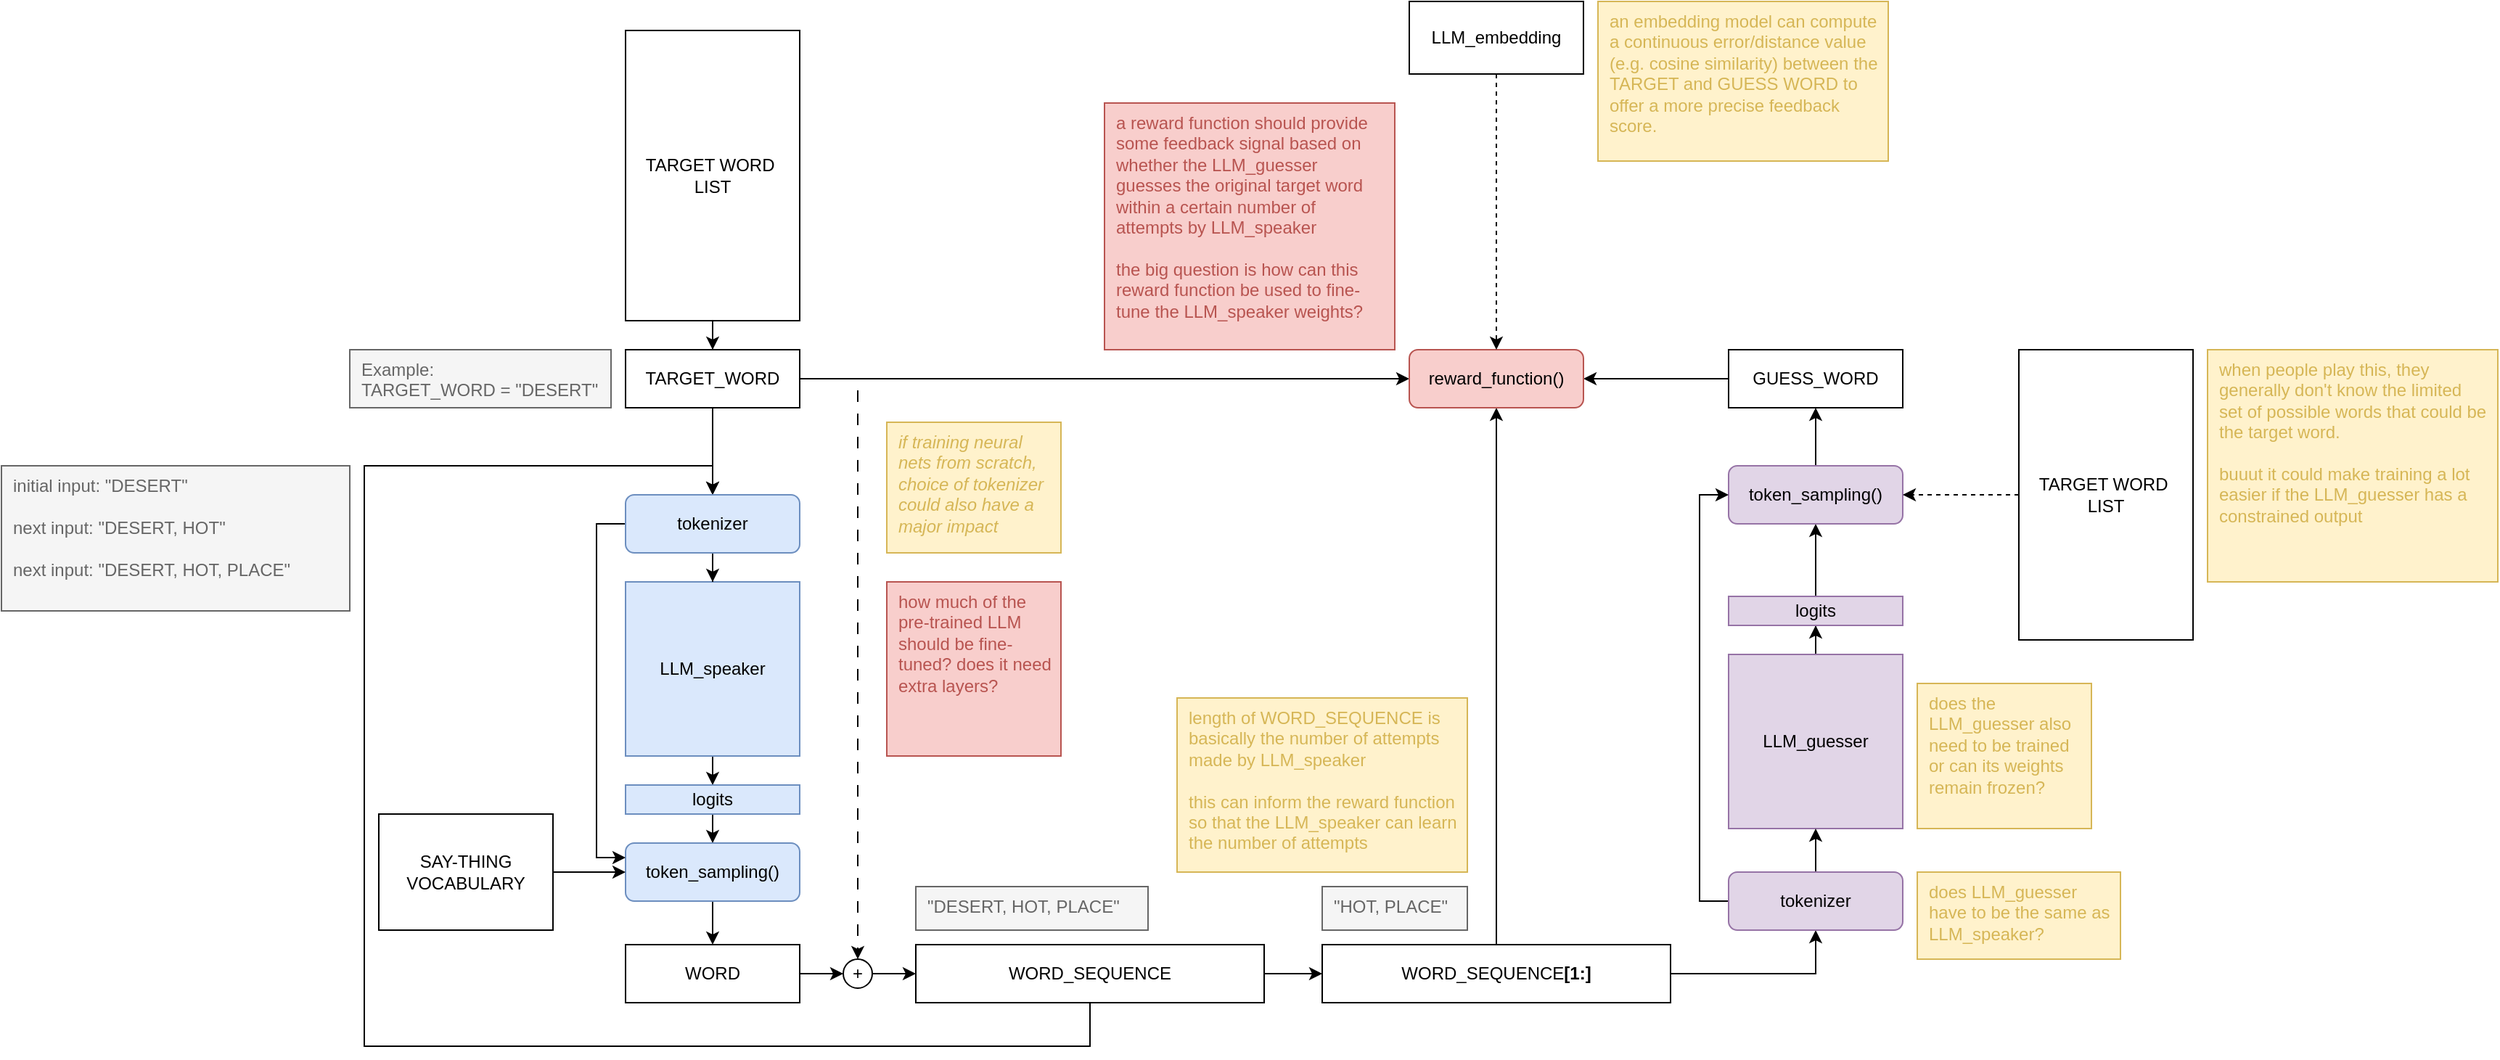
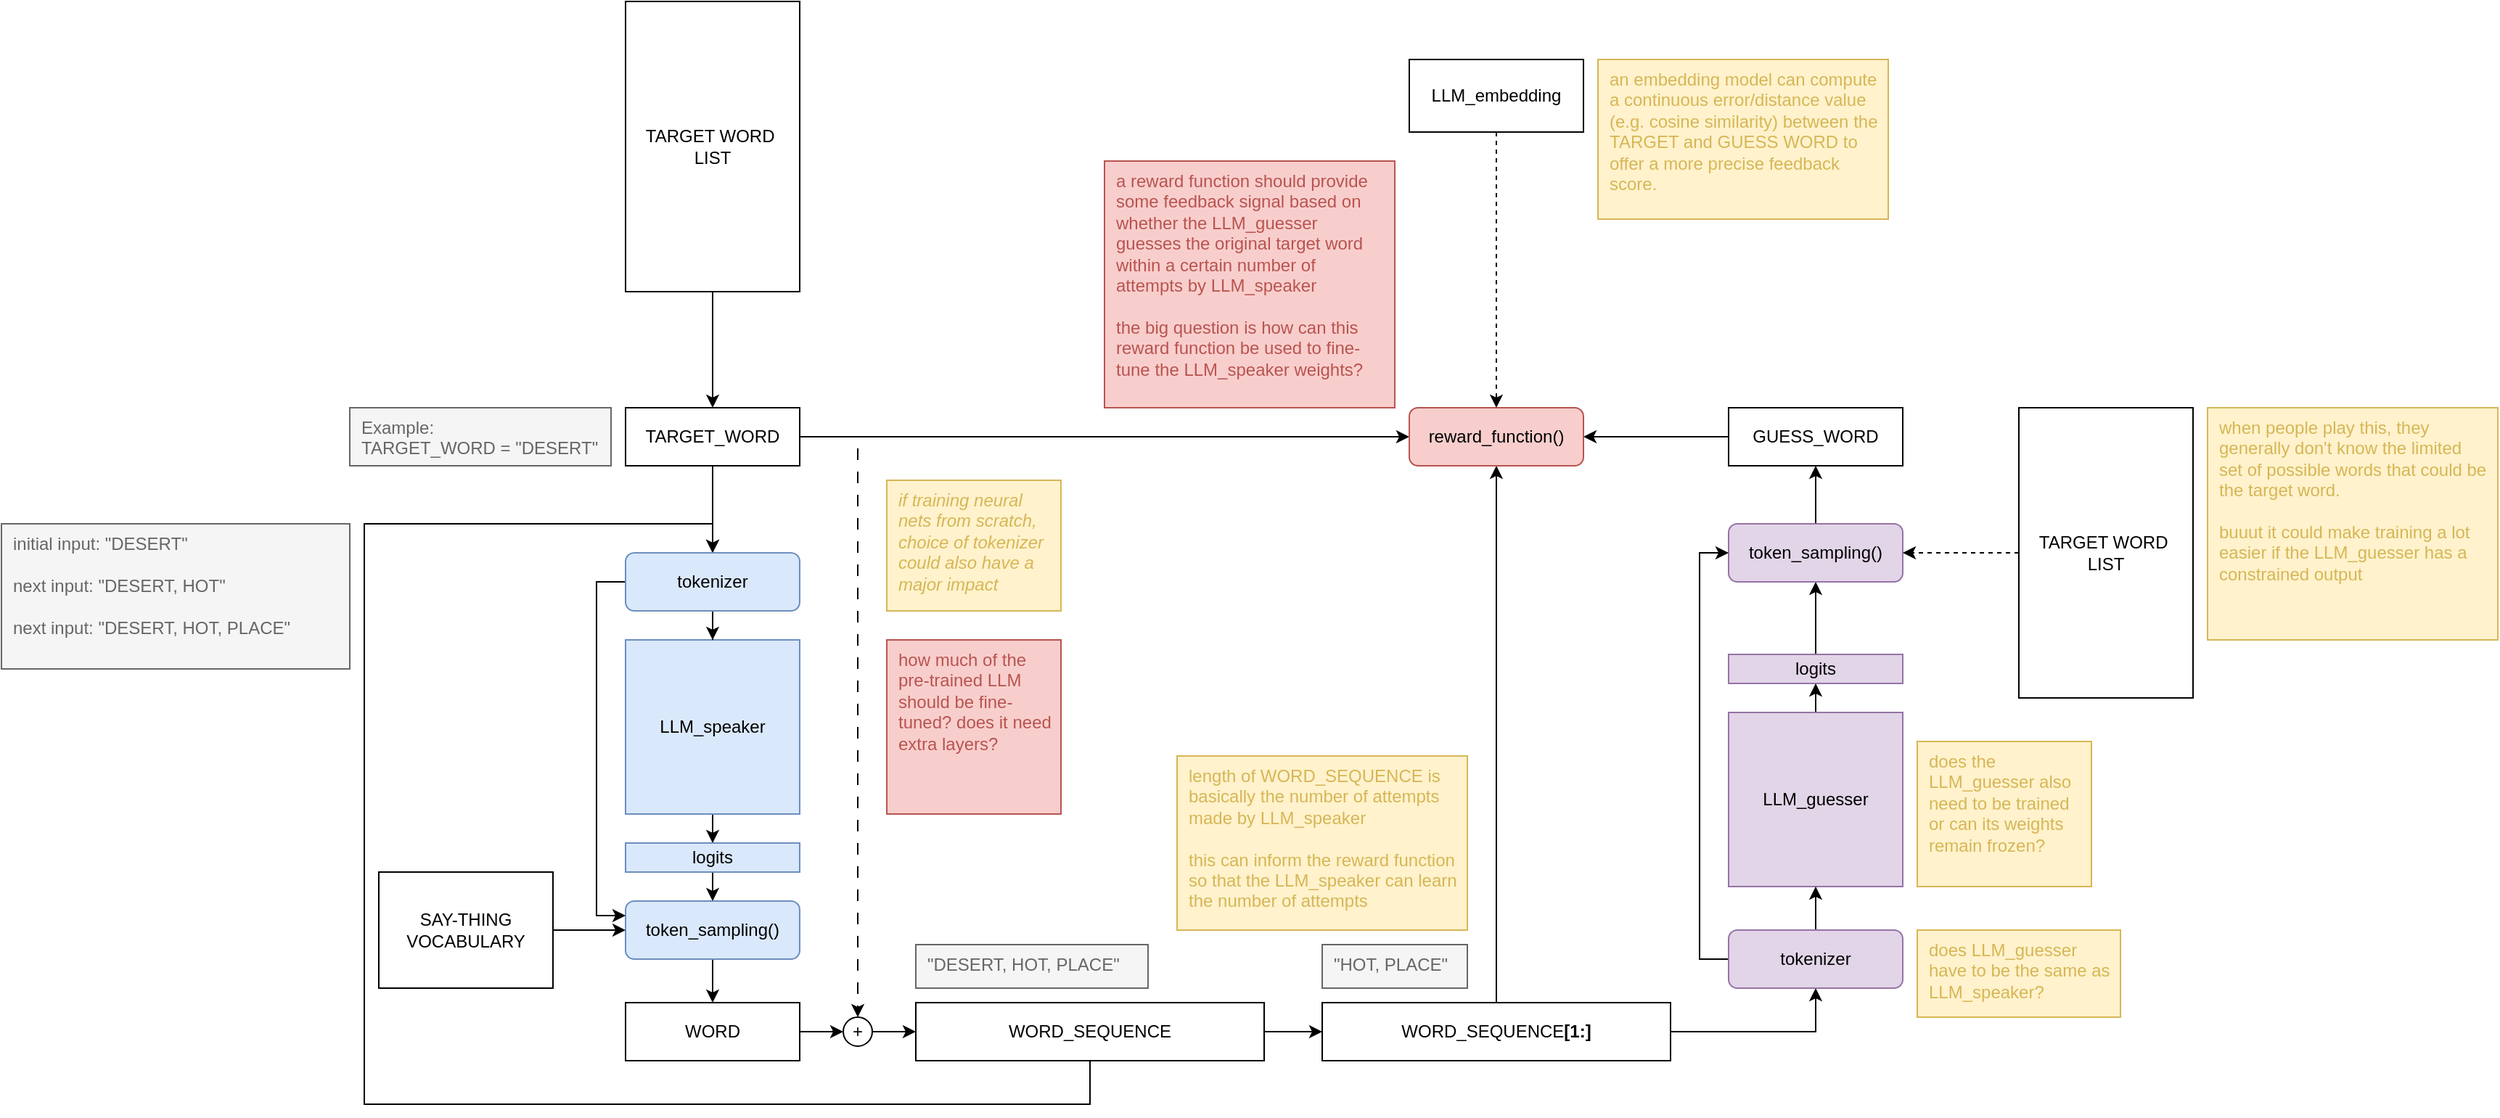
<mxfile host="Electron" agent="Mozilla/5.0 (Macintosh; Intel Mac OS X 10_15_7) AppleWebKit/537.36 (KHTML, like Gecko) draw.io/28.1.2 Chrome/138.0.7204.243 Electron/37.4.0 Safari/537.36" version="28.1.2">
  <diagram name="Page-1" id="pHoTCppMmkSffUbPw-OG">
    <mxGraphModel dx="1826" dy="1259" grid="1" gridSize="10" guides="1" tooltips="1" connect="1" arrows="1" fold="1" page="0" pageScale="1" pageWidth="850" pageHeight="1100" math="0" shadow="0">
      <root>
        <mxCell id="0" />
        <mxCell id="1" parent="0" />
        <mxCell id="xELkamH10cSAUg8blqq6-24" style="edgeStyle=orthogonalEdgeStyle;rounded=0;orthogonalLoop=1;jettySize=auto;html=1;entryX=0.5;entryY=0;entryDx=0;entryDy=0;dashed=1;dashPattern=8 8;" edge="1" parent="1" source="xELkamH10cSAUg8blqq6-1" target="xELkamH10cSAUg8blqq6-23">
          <mxGeometry relative="1" as="geometry" />
        </mxCell>
        <mxCell id="xELkamH10cSAUg8blqq6-42" style="edgeStyle=orthogonalEdgeStyle;rounded=0;orthogonalLoop=1;jettySize=auto;html=1;entryX=0.5;entryY=0;entryDx=0;entryDy=0;" edge="1" parent="1" source="xELkamH10cSAUg8blqq6-1" target="xELkamH10cSAUg8blqq6-41">
          <mxGeometry relative="1" as="geometry" />
        </mxCell>
        <mxCell id="xELkamH10cSAUg8blqq6-46" style="edgeStyle=orthogonalEdgeStyle;rounded=0;orthogonalLoop=1;jettySize=auto;html=1;entryX=0;entryY=0.5;entryDx=0;entryDy=0;" edge="1" parent="1" source="xELkamH10cSAUg8blqq6-1" target="xELkamH10cSAUg8blqq6-45">
          <mxGeometry relative="1" as="geometry" />
        </mxCell>
        <mxCell id="xELkamH10cSAUg8blqq6-1" value="TARGET_WORD" style="rounded=0;whiteSpace=wrap;html=1;" vertex="1" parent="1">
          <mxGeometry x="280" y="120" width="120" height="40" as="geometry" />
        </mxCell>
        <mxCell id="xELkamH10cSAUg8blqq6-21" style="edgeStyle=orthogonalEdgeStyle;rounded=0;orthogonalLoop=1;jettySize=auto;html=1;entryX=0.5;entryY=0;entryDx=0;entryDy=0;" edge="1" parent="1" source="xELkamH10cSAUg8blqq6-2" target="xELkamH10cSAUg8blqq6-3">
          <mxGeometry relative="1" as="geometry" />
        </mxCell>
        <mxCell id="xELkamH10cSAUg8blqq6-2" value="LLM_speaker" style="rounded=0;whiteSpace=wrap;html=1;fillColor=#dae8fc;strokeColor=#6c8ebf;" vertex="1" parent="1">
          <mxGeometry x="280" y="280" width="120" height="120" as="geometry" />
        </mxCell>
        <mxCell id="xELkamH10cSAUg8blqq6-20" style="edgeStyle=orthogonalEdgeStyle;rounded=0;orthogonalLoop=1;jettySize=auto;html=1;entryX=0.5;entryY=0;entryDx=0;entryDy=0;" edge="1" parent="1" source="xELkamH10cSAUg8blqq6-3" target="xELkamH10cSAUg8blqq6-5">
          <mxGeometry relative="1" as="geometry" />
        </mxCell>
        <mxCell id="xELkamH10cSAUg8blqq6-3" value="logits" style="rounded=0;whiteSpace=wrap;html=1;fillColor=#dae8fc;strokeColor=#6c8ebf;" vertex="1" parent="1">
          <mxGeometry x="280" y="420" width="120" height="20" as="geometry" />
        </mxCell>
        <mxCell id="xELkamH10cSAUg8blqq6-11" style="edgeStyle=orthogonalEdgeStyle;rounded=0;orthogonalLoop=1;jettySize=auto;html=1;entryX=0.5;entryY=0;entryDx=0;entryDy=0;" edge="1" parent="1" source="xELkamH10cSAUg8blqq6-5" target="xELkamH10cSAUg8blqq6-10">
          <mxGeometry relative="1" as="geometry" />
        </mxCell>
        <mxCell id="xELkamH10cSAUg8blqq6-5" value="token_sampling()" style="rounded=1;whiteSpace=wrap;html=1;fillColor=#dae8fc;strokeColor=#6c8ebf;" vertex="1" parent="1">
          <mxGeometry x="280" y="460" width="120" height="40" as="geometry" />
        </mxCell>
        <mxCell id="xELkamH10cSAUg8blqq6-7" style="edgeStyle=orthogonalEdgeStyle;rounded=0;orthogonalLoop=1;jettySize=auto;html=1;entryX=0.5;entryY=0;entryDx=0;entryDy=0;" edge="1" parent="1" source="xELkamH10cSAUg8blqq6-6" target="xELkamH10cSAUg8blqq6-1">
          <mxGeometry relative="1" as="geometry" />
        </mxCell>
        <mxCell id="xELkamH10cSAUg8blqq6-6" value="TARGET WORD&amp;nbsp;&lt;div&gt;LIST&lt;/div&gt;" style="rounded=0;whiteSpace=wrap;html=1;" vertex="1" parent="1">
-           <mxGeometry x="280" y="-100" width="120" height="200" as="geometry" />
+           <mxGeometry x="280" y="-160" width="120" height="200" as="geometry" />
        </mxCell>
        <mxCell id="xELkamH10cSAUg8blqq6-9" style="edgeStyle=orthogonalEdgeStyle;rounded=0;orthogonalLoop=1;jettySize=auto;html=1;entryX=0;entryY=0.5;entryDx=0;entryDy=0;" edge="1" parent="1" source="xELkamH10cSAUg8blqq6-8" target="xELkamH10cSAUg8blqq6-5">
          <mxGeometry relative="1" as="geometry" />
        </mxCell>
        <mxCell id="xELkamH10cSAUg8blqq6-8" value="SAY-THING VOCABULARY" style="rounded=0;whiteSpace=wrap;html=1;" vertex="1" parent="1">
          <mxGeometry x="110" y="440" width="120" height="80" as="geometry" />
        </mxCell>
        <mxCell id="xELkamH10cSAUg8blqq6-25" style="edgeStyle=orthogonalEdgeStyle;rounded=0;orthogonalLoop=1;jettySize=auto;html=1;entryX=0;entryY=0.5;entryDx=0;entryDy=0;" edge="1" parent="1" source="xELkamH10cSAUg8blqq6-10" target="xELkamH10cSAUg8blqq6-23">
          <mxGeometry relative="1" as="geometry" />
        </mxCell>
        <mxCell id="xELkamH10cSAUg8blqq6-10" value="WORD" style="rounded=0;whiteSpace=wrap;html=1;" vertex="1" parent="1">
          <mxGeometry x="280" y="530" width="120" height="40" as="geometry" />
        </mxCell>
        <mxCell id="xELkamH10cSAUg8blqq6-27" style="edgeStyle=orthogonalEdgeStyle;rounded=0;orthogonalLoop=1;jettySize=auto;html=1;entryX=0.5;entryY=0;entryDx=0;entryDy=0;exitX=0.5;exitY=1;exitDx=0;exitDy=0;" edge="1" parent="1" source="xELkamH10cSAUg8blqq6-12" target="xELkamH10cSAUg8blqq6-41">
          <mxGeometry relative="1" as="geometry">
            <Array as="points">
              <mxPoint x="600" y="600" />
              <mxPoint x="100" y="600" />
              <mxPoint x="100" y="200" />
              <mxPoint x="340" y="200" />
            </Array>
          </mxGeometry>
        </mxCell>
        <mxCell id="xELkamH10cSAUg8blqq6-31" style="edgeStyle=orthogonalEdgeStyle;rounded=0;orthogonalLoop=1;jettySize=auto;html=1;entryX=0;entryY=0.5;entryDx=0;entryDy=0;" edge="1" parent="1" source="xELkamH10cSAUg8blqq6-12" target="xELkamH10cSAUg8blqq6-28">
          <mxGeometry relative="1" as="geometry" />
        </mxCell>
        <mxCell id="xELkamH10cSAUg8blqq6-12" value="WORD_SEQUENCE" style="rounded=0;whiteSpace=wrap;html=1;" vertex="1" parent="1">
          <mxGeometry x="480" y="530" width="240" height="40" as="geometry" />
        </mxCell>
        <mxCell id="xELkamH10cSAUg8blqq6-18" value="initial input: &quot;DESERT&quot;&lt;div&gt;&lt;br&gt;&lt;/div&gt;&lt;div&gt;next input: &quot;DESERT, HOT&quot;&lt;/div&gt;&lt;div&gt;&lt;br&gt;&lt;/div&gt;&lt;div&gt;next input: &quot;DESERT, HOT, PLACE&quot;&lt;/div&gt;" style="rounded=0;whiteSpace=wrap;html=1;fillColor=#f5f5f5;strokeColor=#666666;align=left;verticalAlign=top;spacingLeft=6;spacingRight=6;fontColor=#666666;" vertex="1" parent="1">
          <mxGeometry x="-150" y="200" width="240" height="100" as="geometry" />
        </mxCell>
        <mxCell id="xELkamH10cSAUg8blqq6-19" value="Example:&lt;div&gt;TARGET_WORD = &quot;DESERT&quot;&lt;/div&gt;" style="rounded=0;whiteSpace=wrap;html=1;fillColor=#f5f5f5;strokeColor=#666666;align=left;verticalAlign=top;spacingLeft=6;spacingRight=6;fontColor=#666666;" vertex="1" parent="1">
          <mxGeometry x="90" y="120" width="180" height="40" as="geometry" />
        </mxCell>
        <mxCell id="xELkamH10cSAUg8blqq6-26" style="edgeStyle=orthogonalEdgeStyle;rounded=0;orthogonalLoop=1;jettySize=auto;html=1;entryX=0;entryY=0.5;entryDx=0;entryDy=0;" edge="1" parent="1" source="xELkamH10cSAUg8blqq6-23" target="xELkamH10cSAUg8blqq6-12">
          <mxGeometry relative="1" as="geometry" />
        </mxCell>
        <mxCell id="xELkamH10cSAUg8blqq6-23" value="+" style="ellipse;whiteSpace=wrap;html=1;aspect=fixed;" vertex="1" parent="1">
          <mxGeometry x="430" y="540" width="20" height="20" as="geometry" />
        </mxCell>
        <mxCell id="xELkamH10cSAUg8blqq6-33" style="edgeStyle=orthogonalEdgeStyle;rounded=0;orthogonalLoop=1;jettySize=auto;html=1;entryX=0.5;entryY=1;entryDx=0;entryDy=0;" edge="1" parent="1" source="xELkamH10cSAUg8blqq6-28" target="xELkamH10cSAUg8blqq6-58">
          <mxGeometry relative="1" as="geometry" />
        </mxCell>
        <mxCell id="xELkamH10cSAUg8blqq6-48" style="edgeStyle=orthogonalEdgeStyle;rounded=0;orthogonalLoop=1;jettySize=auto;html=1;entryX=0.5;entryY=1;entryDx=0;entryDy=0;" edge="1" parent="1" source="xELkamH10cSAUg8blqq6-28" target="xELkamH10cSAUg8blqq6-45">
          <mxGeometry relative="1" as="geometry" />
        </mxCell>
        <mxCell id="xELkamH10cSAUg8blqq6-28" value="WORD_SEQUENCE&lt;b&gt;[1:]&lt;/b&gt;" style="rounded=0;whiteSpace=wrap;html=1;" vertex="1" parent="1">
          <mxGeometry x="760" y="530" width="240" height="40" as="geometry" />
        </mxCell>
        <mxCell id="xELkamH10cSAUg8blqq6-29" value="&lt;div&gt;&quot;DESERT, HOT, PLACE&quot;&lt;/div&gt;" style="rounded=0;whiteSpace=wrap;html=1;fillColor=#f5f5f5;strokeColor=#666666;align=left;verticalAlign=top;spacingLeft=6;spacingRight=6;fontColor=#666666;" vertex="1" parent="1">
          <mxGeometry x="480" y="490" width="160" height="30" as="geometry" />
        </mxCell>
        <mxCell id="xELkamH10cSAUg8blqq6-30" value="&lt;div&gt;&quot;HOT, PLACE&quot;&lt;/div&gt;" style="rounded=0;whiteSpace=wrap;html=1;fillColor=#f5f5f5;strokeColor=#666666;align=left;verticalAlign=top;spacingLeft=6;spacingRight=6;fontColor=#666666;" vertex="1" parent="1">
          <mxGeometry x="760" y="490" width="100" height="30" as="geometry" />
        </mxCell>
        <mxCell id="xELkamH10cSAUg8blqq6-50" style="edgeStyle=orthogonalEdgeStyle;rounded=0;orthogonalLoop=1;jettySize=auto;html=1;entryX=0.5;entryY=1;entryDx=0;entryDy=0;" edge="1" parent="1" source="xELkamH10cSAUg8blqq6-32" target="xELkamH10cSAUg8blqq6-34">
          <mxGeometry relative="1" as="geometry" />
        </mxCell>
        <mxCell id="xELkamH10cSAUg8blqq6-32" value="LLM_guesser" style="rounded=0;whiteSpace=wrap;html=1;fillColor=#e1d5e7;strokeColor=#9673a6;" vertex="1" parent="1">
          <mxGeometry x="1040" y="330" width="120" height="120" as="geometry" />
        </mxCell>
        <mxCell id="xELkamH10cSAUg8blqq6-40" style="edgeStyle=orthogonalEdgeStyle;rounded=0;orthogonalLoop=1;jettySize=auto;html=1;entryX=0.5;entryY=1;entryDx=0;entryDy=0;" edge="1" parent="1" source="xELkamH10cSAUg8blqq6-34" target="xELkamH10cSAUg8blqq6-35">
          <mxGeometry relative="1" as="geometry" />
        </mxCell>
        <mxCell id="xELkamH10cSAUg8blqq6-34" value="logits" style="rounded=0;whiteSpace=wrap;html=1;fillColor=#e1d5e7;strokeColor=#9673a6;" vertex="1" parent="1">
          <mxGeometry x="1040" y="290" width="120" height="20" as="geometry" />
        </mxCell>
        <mxCell id="xELkamH10cSAUg8blqq6-49" style="edgeStyle=orthogonalEdgeStyle;rounded=0;orthogonalLoop=1;jettySize=auto;html=1;entryX=0.5;entryY=1;entryDx=0;entryDy=0;" edge="1" parent="1" source="xELkamH10cSAUg8blqq6-35" target="xELkamH10cSAUg8blqq6-44">
          <mxGeometry relative="1" as="geometry" />
        </mxCell>
        <mxCell id="xELkamH10cSAUg8blqq6-35" value="token_sampling()" style="rounded=1;whiteSpace=wrap;html=1;fillColor=#e1d5e7;strokeColor=#9673a6;" vertex="1" parent="1">
          <mxGeometry x="1040" y="200" width="120" height="40" as="geometry" />
        </mxCell>
        <mxCell id="xELkamH10cSAUg8blqq6-38" style="edgeStyle=orthogonalEdgeStyle;rounded=0;orthogonalLoop=1;jettySize=auto;html=1;entryX=1;entryY=0.5;entryDx=0;entryDy=0;dashed=1;" edge="1" parent="1" source="xELkamH10cSAUg8blqq6-37" target="xELkamH10cSAUg8blqq6-35">
          <mxGeometry relative="1" as="geometry" />
        </mxCell>
        <mxCell id="xELkamH10cSAUg8blqq6-37" value="TARGET WORD&amp;nbsp;&lt;div&gt;LIST&lt;/div&gt;" style="rounded=0;whiteSpace=wrap;html=1;" vertex="1" parent="1">
          <mxGeometry x="1240" y="120" width="120" height="200" as="geometry" />
        </mxCell>
        <mxCell id="xELkamH10cSAUg8blqq6-39" value="when people play this, they generally don&#39;t know the limited set of possible words that could be the target word.&lt;div&gt;&lt;br&gt;&lt;/div&gt;&lt;div&gt;buuut it could make training a lot easier if the LLM_guesser has a constrained output&lt;/div&gt;" style="rounded=0;whiteSpace=wrap;html=1;fillColor=#fff2cc;strokeColor=#d6b656;align=left;verticalAlign=top;spacingLeft=6;spacingRight=6;fontColor=#D6B656;" vertex="1" parent="1">
          <mxGeometry x="1370" y="120" width="200" height="160" as="geometry" />
        </mxCell>
        <mxCell id="xELkamH10cSAUg8blqq6-43" style="edgeStyle=orthogonalEdgeStyle;rounded=0;orthogonalLoop=1;jettySize=auto;html=1;entryX=0.5;entryY=0;entryDx=0;entryDy=0;" edge="1" parent="1" source="xELkamH10cSAUg8blqq6-41" target="xELkamH10cSAUg8blqq6-2">
          <mxGeometry relative="1" as="geometry" />
        </mxCell>
        <mxCell id="xELkamH10cSAUg8blqq6-63" style="edgeStyle=orthogonalEdgeStyle;rounded=0;orthogonalLoop=1;jettySize=auto;html=1;entryX=0;entryY=0.25;entryDx=0;entryDy=0;" edge="1" parent="1" source="xELkamH10cSAUg8blqq6-41" target="xELkamH10cSAUg8blqq6-5">
          <mxGeometry relative="1" as="geometry">
            <Array as="points">
              <mxPoint x="260" y="240" />
              <mxPoint x="260" y="470" />
            </Array>
          </mxGeometry>
        </mxCell>
        <mxCell id="xELkamH10cSAUg8blqq6-41" value="tokenizer" style="rounded=1;whiteSpace=wrap;html=1;fillColor=#dae8fc;strokeColor=#6c8ebf;" vertex="1" parent="1">
          <mxGeometry x="280" y="220" width="120" height="40" as="geometry" />
        </mxCell>
        <mxCell id="xELkamH10cSAUg8blqq6-47" style="edgeStyle=orthogonalEdgeStyle;rounded=0;orthogonalLoop=1;jettySize=auto;html=1;" edge="1" parent="1" source="xELkamH10cSAUg8blqq6-44" target="xELkamH10cSAUg8blqq6-45">
          <mxGeometry relative="1" as="geometry" />
        </mxCell>
        <mxCell id="xELkamH10cSAUg8blqq6-44" value="GUESS_WORD" style="rounded=0;whiteSpace=wrap;html=1;" vertex="1" parent="1">
          <mxGeometry x="1040" y="120" width="120" height="40" as="geometry" />
        </mxCell>
        <mxCell id="xELkamH10cSAUg8blqq6-45" value="reward_function()" style="rounded=1;whiteSpace=wrap;html=1;fillColor=#f8cecc;strokeColor=#b85450;" vertex="1" parent="1">
          <mxGeometry x="820" y="120" width="120" height="40" as="geometry" />
        </mxCell>
        <mxCell id="xELkamH10cSAUg8blqq6-51" value="a reward function should provide some feedback signal based on whether the LLM_guesser guesses the original target word within a certain number of attempts by LLM_speaker&lt;div&gt;&lt;br&gt;&lt;/div&gt;&lt;div&gt;the big question is how can this reward function be used to fine-tune the LLM_speaker weights?&lt;/div&gt;" style="rounded=0;whiteSpace=wrap;html=1;fillColor=#f8cecc;strokeColor=#b85450;align=left;verticalAlign=top;spacingLeft=6;spacingRight=6;fontColor=#B85450;" vertex="1" parent="1">
          <mxGeometry x="610" y="-50" width="200" height="170" as="geometry" />
        </mxCell>
        <mxCell id="xELkamH10cSAUg8blqq6-52" value="length of WORD_SEQUENCE is basically the number of attempts made by LLM_speaker&lt;div&gt;&lt;br&gt;&lt;/div&gt;&lt;div&gt;this can inform the reward function so that the LLM_speaker can learn the number of attempts&lt;/div&gt;" style="rounded=0;whiteSpace=wrap;html=1;fillColor=#fff2cc;strokeColor=#d6b656;align=left;verticalAlign=top;spacingLeft=6;spacingRight=6;fontColor=#D6B656;" vertex="1" parent="1">
          <mxGeometry x="660" y="360" width="200" height="120" as="geometry" />
        </mxCell>
        <mxCell id="xELkamH10cSAUg8blqq6-54" style="edgeStyle=orthogonalEdgeStyle;rounded=0;orthogonalLoop=1;jettySize=auto;html=1;entryX=0.5;entryY=0;entryDx=0;entryDy=0;dashed=1;" edge="1" parent="1" source="xELkamH10cSAUg8blqq6-53" target="xELkamH10cSAUg8blqq6-45">
          <mxGeometry relative="1" as="geometry">
            <Array as="points">
              <mxPoint x="880" y="-20" />
              <mxPoint x="880" y="-20" />
            </Array>
          </mxGeometry>
        </mxCell>
        <mxCell id="xELkamH10cSAUg8blqq6-53" value="LLM_embedding" style="rounded=0;whiteSpace=wrap;html=1;" vertex="1" parent="1">
          <mxGeometry x="820" y="-120" width="120" height="50" as="geometry" />
        </mxCell>
        <mxCell id="xELkamH10cSAUg8blqq6-55" value="an embedding model can compute a continuous error/distance value (e.g. cosine similarity) between the TARGET and GUESS WORD to offer a more precise feedback score." style="rounded=0;whiteSpace=wrap;html=1;fillColor=#fff2cc;strokeColor=#d6b656;align=left;verticalAlign=top;spacingLeft=6;spacingRight=6;fontColor=#D6B656;" vertex="1" parent="1">
          <mxGeometry x="950" y="-120" width="200" height="110" as="geometry" />
        </mxCell>
        <mxCell id="xELkamH10cSAUg8blqq6-56" value="does the LLM_guesser also need to be trained or can its weights remain frozen?" style="rounded=0;whiteSpace=wrap;html=1;fillColor=#fff2cc;strokeColor=#d6b656;align=left;verticalAlign=top;spacingLeft=6;spacingRight=6;fontColor=#D6B656;" vertex="1" parent="1">
          <mxGeometry x="1170" y="350" width="120" height="100" as="geometry" />
        </mxCell>
        <mxCell id="xELkamH10cSAUg8blqq6-59" style="edgeStyle=orthogonalEdgeStyle;rounded=0;orthogonalLoop=1;jettySize=auto;html=1;entryX=0.5;entryY=1;entryDx=0;entryDy=0;" edge="1" parent="1" source="xELkamH10cSAUg8blqq6-58" target="xELkamH10cSAUg8blqq6-32">
          <mxGeometry relative="1" as="geometry" />
        </mxCell>
        <mxCell id="xELkamH10cSAUg8blqq6-64" style="edgeStyle=orthogonalEdgeStyle;rounded=0;orthogonalLoop=1;jettySize=auto;html=1;entryX=0;entryY=0.5;entryDx=0;entryDy=0;" edge="1" parent="1" source="xELkamH10cSAUg8blqq6-58" target="xELkamH10cSAUg8blqq6-35">
          <mxGeometry relative="1" as="geometry">
            <Array as="points">
              <mxPoint x="1020" y="500" />
              <mxPoint x="1020" y="220" />
            </Array>
          </mxGeometry>
        </mxCell>
        <mxCell id="xELkamH10cSAUg8blqq6-58" value="tokenizer" style="rounded=1;whiteSpace=wrap;html=1;fillColor=#e1d5e7;strokeColor=#9673a6;" vertex="1" parent="1">
          <mxGeometry x="1040" y="480" width="120" height="40" as="geometry" />
        </mxCell>
        <mxCell id="xELkamH10cSAUg8blqq6-60" value="&lt;i&gt;if training neural nets from scratch, choice of tokenizer could also have a major impact&lt;/i&gt;" style="rounded=0;whiteSpace=wrap;html=1;fillColor=#fff2cc;strokeColor=#d6b656;align=left;verticalAlign=top;spacingLeft=6;spacingRight=6;fontColor=#D6B656;" vertex="1" parent="1">
          <mxGeometry x="460" y="170" width="120" height="90" as="geometry" />
        </mxCell>
        <mxCell id="xELkamH10cSAUg8blqq6-61" value="does LLM_guesser have to be the same as LLM_speaker?" style="rounded=0;whiteSpace=wrap;html=1;fillColor=#fff2cc;strokeColor=#d6b656;align=left;verticalAlign=top;spacingLeft=6;spacingRight=6;fontColor=#D6B656;" vertex="1" parent="1">
          <mxGeometry x="1170" y="480" width="140" height="60" as="geometry" />
        </mxCell>
        <mxCell id="xELkamH10cSAUg8blqq6-62" value="how much of the pre-trained LLM should be fine-tuned? does it need extra layers?" style="rounded=0;whiteSpace=wrap;html=1;fillColor=#f8cecc;strokeColor=#b85450;align=left;verticalAlign=top;spacingLeft=6;spacingRight=6;fontColor=#B85450;" vertex="1" parent="1">
          <mxGeometry x="460" y="280" width="120" height="120" as="geometry" />
        </mxCell>
      </root>
    </mxGraphModel>
  </diagram>
</mxfile>
